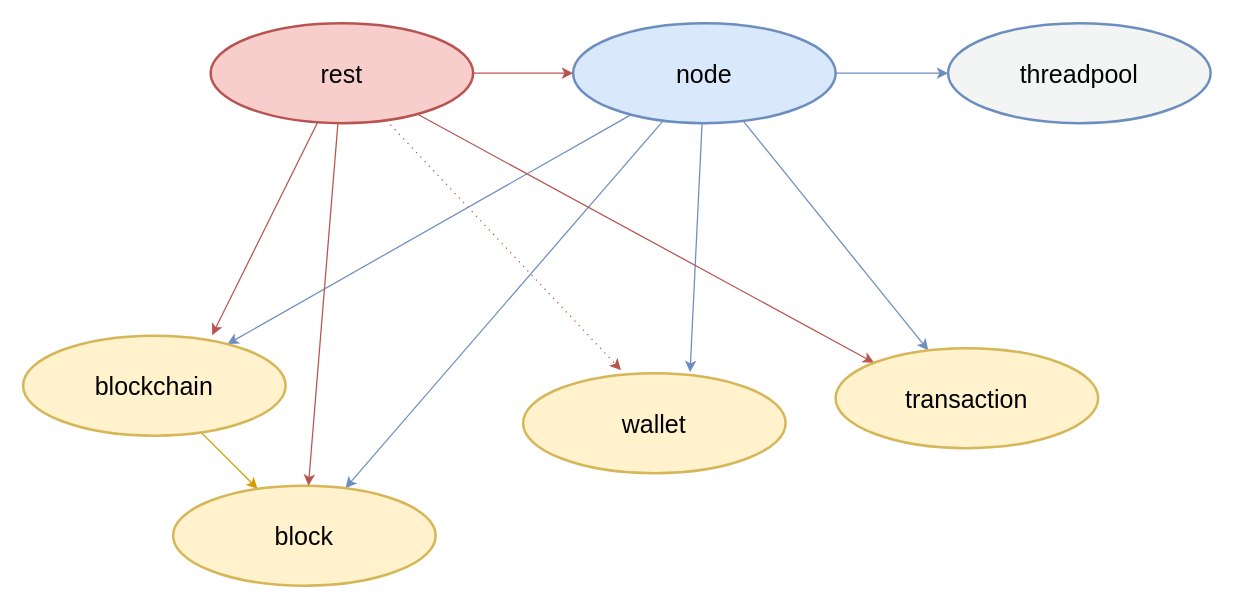
Above: ClassDiagram.drawio in stylkand/Distributed-Systems (draw.io), before the change. Source tidied: cells renumbered, new cells numbered last; positions are measured from the earlier drawing's top-left corner, leaving out a move shared by most shapes. Both pictures are drawn from the tidied source at 125%, with x=0, y=0 at pixel (22, 22).
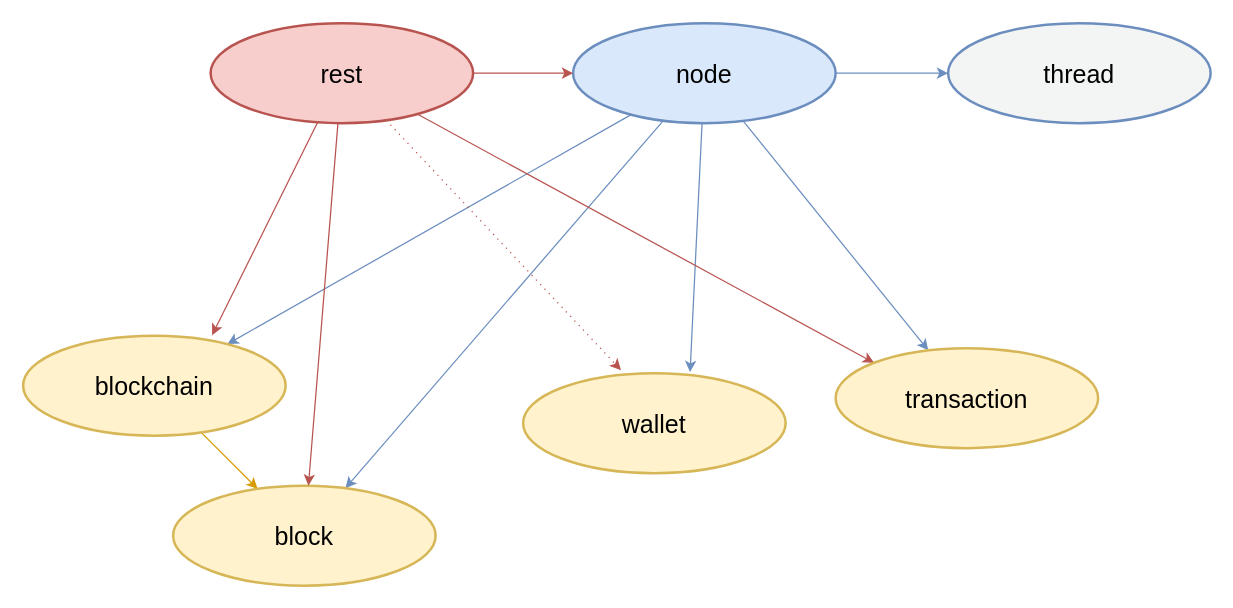
The same page after the edit.

Commit message (it also covers changes not shown here):
update thread name

Diff of the diagram source:
```diff
@@
 <mxGraphModel>
   <root>
     <mxCell id="0" />
     <mxCell id="1" parent="0" />
     <mxCell id="2" style="edgeStyle=none;rounded=0;jettySize=auto;html=1;fontSize=20;fillColor=#dae8fc;strokeColor=#6c8ebf;" parent="1" edge="1" source="7" target="12">
       <mxGeometry relative="1" as="geometry" />
     </mxCell>
     <mxCell id="3" style="edgeStyle=none;rounded=0;jettySize=auto;html=1;fontSize=20;fillColor=#dae8fc;strokeColor=#6c8ebf;" parent="1" edge="1" source="7" target="10">
       <mxGeometry relative="1" as="geometry" />
     </mxCell>
     <mxCell id="4" style="edgeStyle=none;rounded=0;jettySize=auto;html=1;fontSize=20;fillColor=#dae8fc;strokeColor=#6c8ebf;" parent="1" edge="1" source="7" target="11">
       <mxGeometry relative="1" as="geometry" />
     </mxCell>
     <mxCell id="5" style="edgeStyle=none;rounded=0;jettySize=auto;html=1;entryX=0.636;entryY=-0.01;entryDx=0;entryDy=0;entryPerimeter=0;fontSize=20;fillColor=#dae8fc;strokeColor=#6c8ebf;" parent="1" edge="1" source="7" target="8">
       <mxGeometry relative="1" as="geometry" />
     </mxCell>
     <mxCell id="6" style="edgeStyle=none;rounded=0;jettySize=auto;html=1;fontSize=20;fillColor=#dae8fc;strokeColor=#6c8ebf;" parent="1" edge="1" source="7" target="19">
       <mxGeometry relative="1" as="geometry" />
     </mxCell>
     <mxCell id="7" value="node" style="ellipse;whiteSpace=wrap;html=1;strokeWidth=2;fontSize=20;fillColor=#dae8fc;strokeColor=#6c8ebf;" parent="1" vertex="1">
       <mxGeometry x="440" width="210" height="80" as="geometry" />
     </mxCell>
     <mxCell id="8" value="wallet" style="ellipse;whiteSpace=wrap;html=1;strokeWidth=2;fontSize=20;fillColor=#fff2cc;strokeColor=#d6b656;" parent="1" vertex="1">
       <mxGeometry x="400" y="280" width="210" height="80" as="geometry" />
     </mxCell>
     <mxCell id="9" style="rounded=0;jettySize=auto;html=1;fontSize=20;fillColor=#ffe6cc;strokeColor=#d79b00;" parent="1" edge="1" source="10" target="11">
       <mxGeometry relative="1" as="geometry" />
     </mxCell>
     <mxCell id="10" value="blockchain" style="ellipse;whiteSpace=wrap;html=1;strokeWidth=2;fontSize=20;fillColor=#fff2cc;strokeColor=#d6b656;" parent="1" vertex="1">
       <mxGeometry y="250" width="210" height="80" as="geometry" />
     </mxCell>
     <mxCell id="11" value="block" style="ellipse;whiteSpace=wrap;html=1;strokeWidth=2;fontSize=20;fillColor=#fff2cc;strokeColor=#d6b656;" parent="1" vertex="1">
       <mxGeometry x="120" y="370" width="210" height="80" as="geometry" />
     </mxCell>
-    <mxCell id="12" value="threadpool" style="ellipse;whiteSpace=wrap;html=1;strokeWidth=2;fontSize=20;fillColor=#F3F5F5;strokeColor=#6c8ebf;" parent="1" vertex="1">
+    <mxCell id="12" value="thread" style="ellipse;whiteSpace=wrap;html=1;strokeWidth=2;fontSize=20;fillColor=#F3F5F5;strokeColor=#6c8ebf;" parent="1" vertex="1">
       <mxGeometry x="740" width="210" height="80" as="geometry" />
     </mxCell>
     <mxCell id="13" style="edgeStyle=none;rounded=0;jettySize=auto;html=1;entryX=0.373;entryY=-0.03;entryDx=0;entryDy=0;entryPerimeter=0;fontSize=20;dashed=1;dashPattern=1 4;fillColor=#f8cecc;strokeColor=#b85450;" parent="1" edge="1" source="18" target="8">
       <mxGeometry relative="1" as="geometry" />
     </mxCell>
     <mxCell id="14" style="edgeStyle=none;rounded=0;jettySize=auto;html=1;fontSize=20;fillColor=#f8cecc;strokeColor=#b85450;" parent="1" edge="1" source="18" target="7">
       <mxGeometry relative="1" as="geometry" />
     </mxCell>
     <mxCell id="15" style="edgeStyle=none;rounded=0;jettySize=auto;html=1;entryX=0;entryY=0;entryDx=0;entryDy=0;fontSize=20;fillColor=#f8cecc;strokeColor=#b85450;" parent="1" edge="1" source="18" target="19">
       <mxGeometry relative="1" as="geometry" />
     </mxCell>
     <mxCell id="16" style="edgeStyle=none;rounded=0;jettySize=auto;html=1;entryX=0.72;entryY=-0.005;entryDx=0;entryDy=0;entryPerimeter=0;fontSize=20;fillColor=#f8cecc;strokeColor=#b85450;" parent="1" edge="1" source="18" target="10">
       <mxGeometry relative="1" as="geometry" />
     </mxCell>
     <mxCell id="17" style="edgeStyle=none;rounded=0;jettySize=auto;html=1;fontSize=20;fillColor=#f8cecc;strokeColor=#b85450;" parent="1" edge="1" source="18" target="11">
       <mxGeometry relative="1" as="geometry" />
     </mxCell>
     <mxCell id="18" value="rest" style="ellipse;whiteSpace=wrap;html=1;strokeWidth=2;fontSize=20;fillColor=#f8cecc;strokeColor=#b85450;" parent="1" vertex="1">
       <mxGeometry x="150" width="210" height="80" as="geometry" />
     </mxCell>
     <mxCell id="19" value="transaction" style="ellipse;whiteSpace=wrap;html=1;strokeWidth=2;fontSize=20;fillColor=#fff2cc;strokeColor=#d6b656;" parent="1" vertex="1">
       <mxGeometry x="650" y="260" width="210" height="80" as="geometry" />
     </mxCell>
   </root>
 </mxGraphModel>
```
